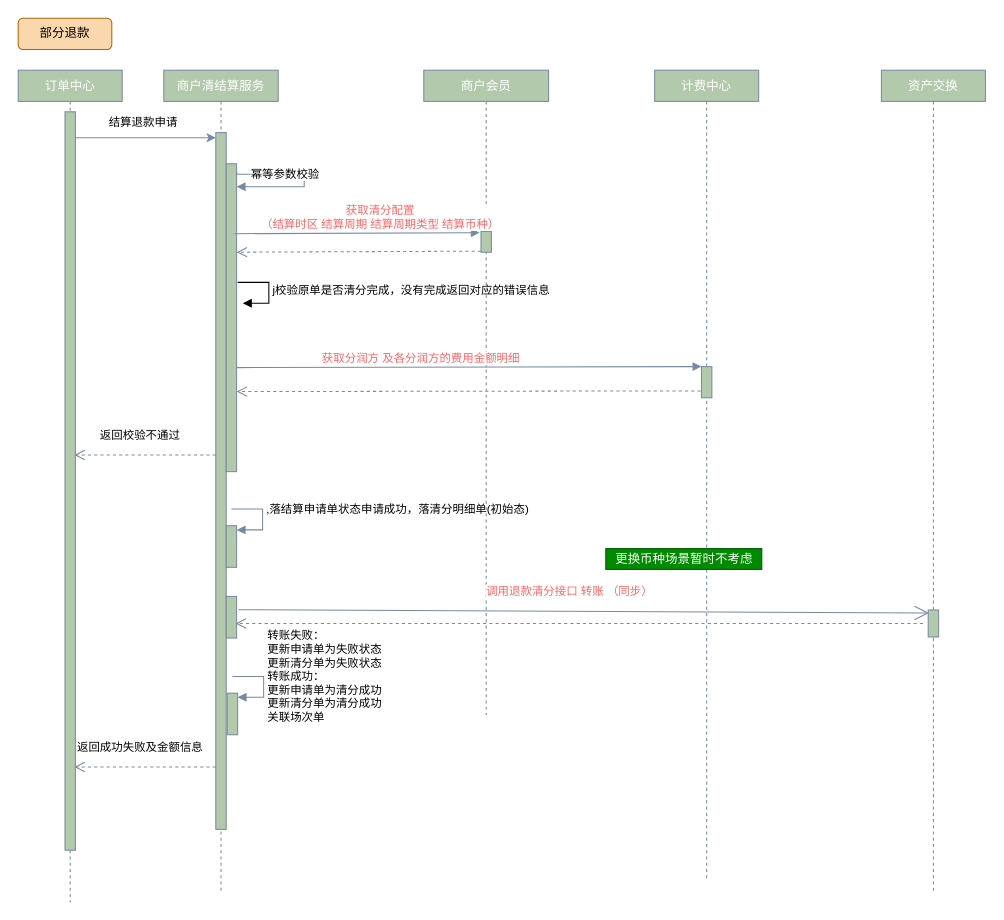
Before: merchant-settle/结算部分退款.drawio in DominicElvira/Diagrams, a draw.io diagram. Source tidied: cells renumbered, new cells numbered last; positions are measured from the earlier drawing's top-left corner, leaving out a move shared by most shapes. Both pictures are drawn from the tidied source at 104%, with x=0, y=0 at pixel (18, 18).
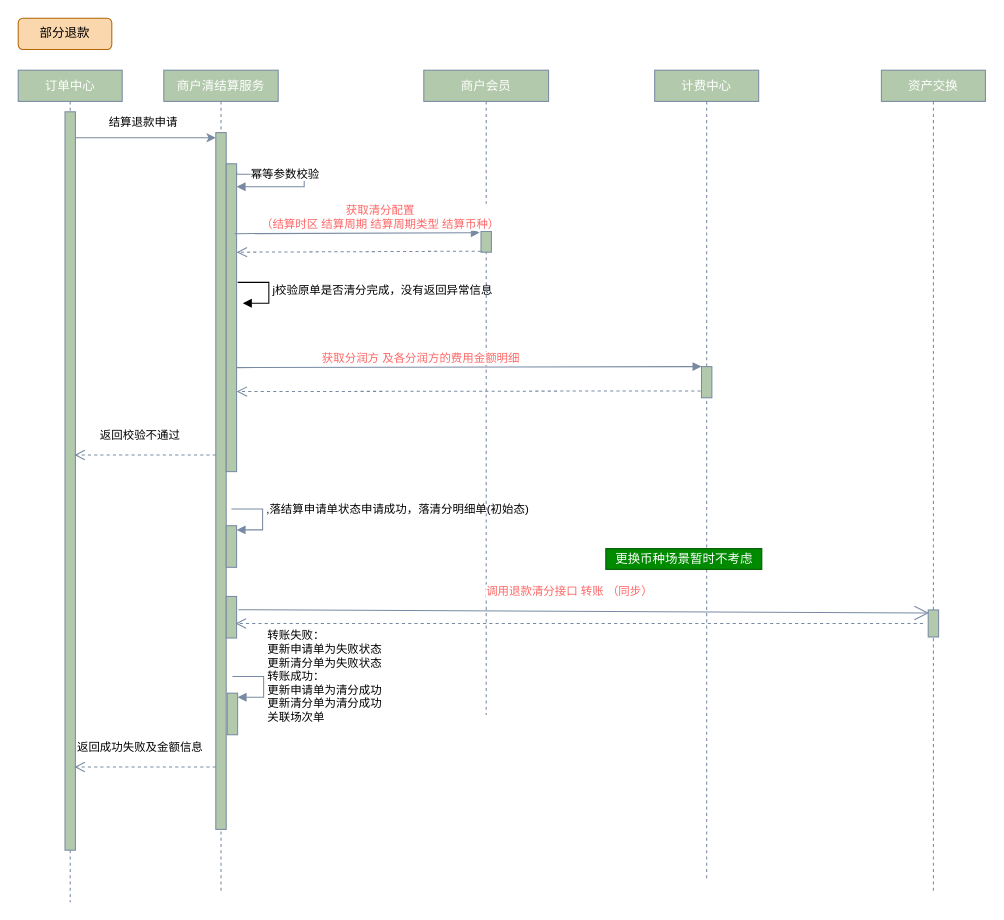
Above is the later version.

Commit message:
Update 结算部分退款.drawio

The change refers to these unchanged cells:
```xml
<mxCell id="4" value="商户清结算服务" style="shape=umlLifeline;perimeter=lifelinePerimeter;shadow=0;strokeWidth=1;fillColor=#B2C9AB;strokeColor=#788AA3;fontColor=#FFFFFF;rounded=0;size=30;" parent="1" vertex="1">
  <mxGeometry x="140" y="50" width="110" height="790" as="geometry" />
</mxCell>
```

The edit, as a diff of the source:
```diff
@@
-    <mxCell id="11" value="j校验原单是否清分完成，没有完成返回对应的错误信息" style="edgeStyle=orthogonalEdgeStyle;html=1;align=left;spacingLeft=2;endArrow=block;rounded=0;entryX=1;entryY=0;" parent="4" edge="1">
+    <mxCell id="11" value="j校验原单是否清分完成，没有返回异常信息" style="edgeStyle=orthogonalEdgeStyle;html=1;align=left;spacingLeft=2;endArrow=block;rounded=0;entryX=1;entryY=0;" parent="4" edge="1">
       <mxGeometry relative="1" as="geometry">
         <mxPoint x="71" y="204" as="sourcePoint" />
         <mxPoint x="76" y="224" as="targetPoint" />
         <Array as="points">
           <mxPoint x="101" y="204" />
         </Array>
       </mxGeometry>
     </mxCell>
```
